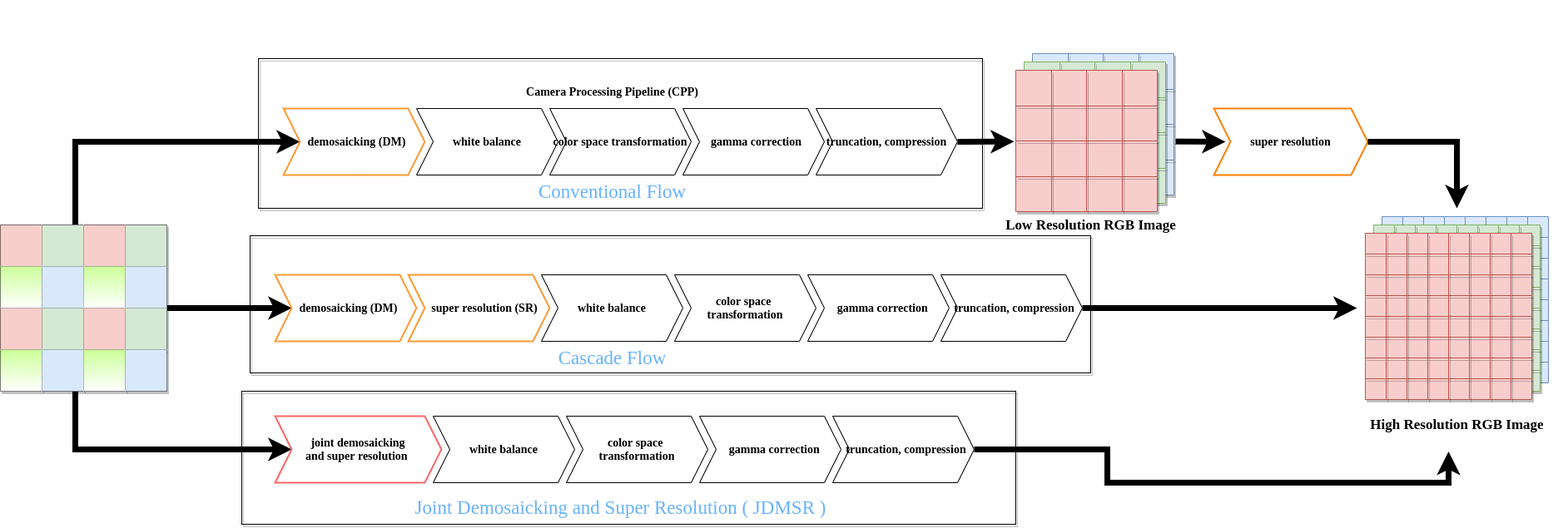
This is Untitled Diagram.png from Howeng98/Demosaicing_SuperResolution, a draw.io export, as it was before one commit. Source tidied: cells renumbered, new cells last; positions are measured from the earlier drawing's top-left corner, leaving out a move shared by most shapes.
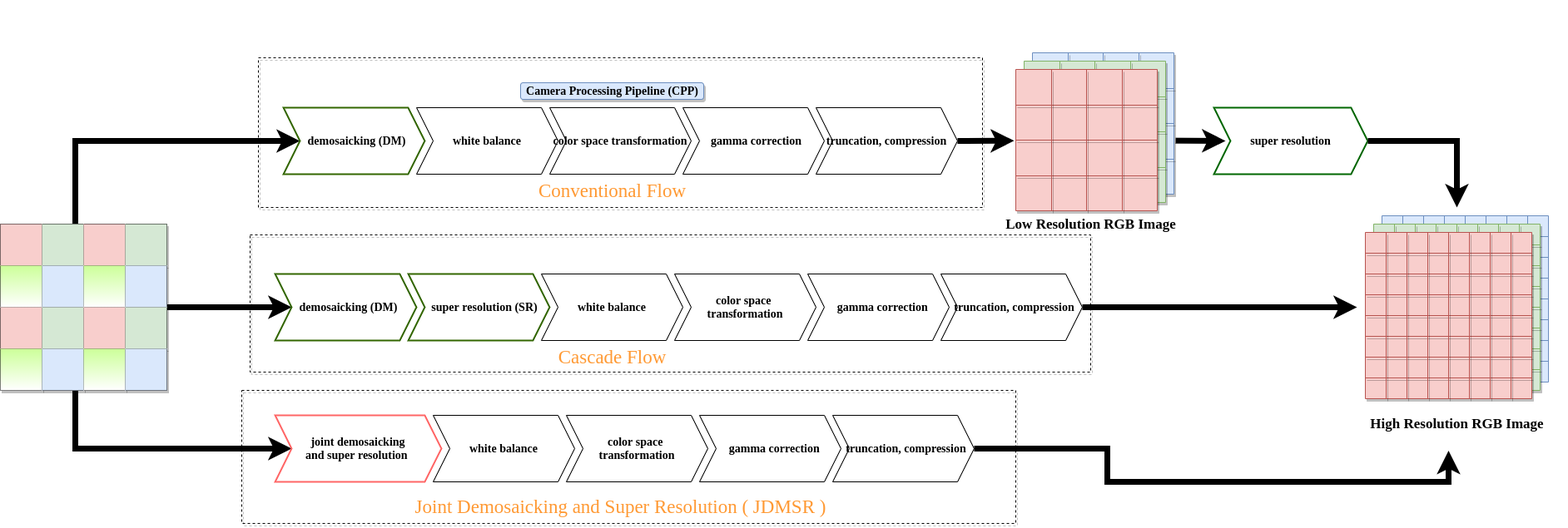
The same diagram one commit later.

Change to the diagram source:
```diff
@@ -2,13 +2,13 @@
   <root>
     <mxCell id="0" />
     <mxCell id="1" parent="0" />
-    <mxCell id="2" style="whiteSpace=wrap;html=1;rounded=0;shadow=1;sketch=0;strokeWidth=1;gradientColor=#ffffff;fillColor=none;fontFamily=Times New Roman;" parent="1" vertex="1">
+    <mxCell id="2" style="whiteSpace=wrap;html=1;rounded=0;shadow=1;sketch=0;strokeWidth=1;gradientColor=#ffffff;fillColor=none;fontFamily=Times New Roman;dashed=1;" parent="1" vertex="1">
       <mxGeometry x="310" y="6" width="870" height="180" as="geometry" />
     </mxCell>
-    <mxCell id="3" style="whiteSpace=wrap;html=1;rounded=0;shadow=1;sketch=0;strokeWidth=1;gradientColor=#ffffff;fillColor=none;fontFamily=Times New Roman;" parent="1" vertex="1">
+    <mxCell id="3" style="whiteSpace=wrap;html=1;rounded=0;shadow=1;sketch=0;strokeWidth=1;gradientColor=#ffffff;fillColor=none;fontFamily=Times New Roman;dashed=1;" parent="1" vertex="1">
       <mxGeometry x="300" y="219" width="1010" height="165" as="geometry" />
     </mxCell>
-    <mxCell id="4" style="whiteSpace=wrap;html=1;rounded=0;shadow=1;sketch=0;strokeWidth=1;gradientColor=#ffffff;fillColor=none;fontFamily=Times New Roman;" parent="1" vertex="1">
+    <mxCell id="4" style="whiteSpace=wrap;html=1;rounded=0;shadow=1;sketch=0;strokeWidth=1;gradientColor=#ffffff;fillColor=none;fontFamily=Times New Roman;dashed=1;" parent="1" vertex="1">
       <mxGeometry x="290" y="406" width="930" height="160" as="geometry" />
     </mxCell>
     <mxCell id="5" style="edgeStyle=orthogonalEdgeStyle;rounded=0;jettySize=auto;html=1;strokeWidth=7;" parent="1" edge="1" source="8" target="29">
@@ -93,7 +93,7 @@
     <mxCell id="28" style="shape=partialRectangle;html=1;whiteSpace=wrap;overflow=hidden;top=0;left=0;bottom=0;right=0;strokeColor=#6c8ebf;fillColor=#dae8fc;" parent="24" vertex="1">
       <mxGeometry x="150" width="50" height="50" as="geometry" />
     </mxCell>
-    <mxCell id="29" value="&lt;b&gt;&lt;font style=&quot;font-size: 14px&quot;&gt;&amp;nbsp; demosaicking (DM)&lt;/font&gt;&lt;/b&gt;" style="shape=step;perimeter=stepPerimeter;whiteSpace=wrap;html=1;fixedSize=1;startSize=0;align=center;strokeWidth=2;strokeColor=#FF9933;fontFamily=Times New Roman;" parent="1" vertex="1">
+    <mxCell id="29" value="&lt;b&gt;&lt;font style=&quot;font-size: 14px&quot;&gt;&amp;nbsp; demosaicking (DM)&lt;/font&gt;&lt;/b&gt;" style="shape=step;perimeter=stepPerimeter;whiteSpace=wrap;html=1;fixedSize=1;startSize=0;align=center;strokeWidth=2;fontFamily=Times New Roman;strokeColor=#336600;" parent="1" vertex="1">
       <mxGeometry x="340" y="66" width="170" height="80" as="geometry" />
     </mxCell>
     <mxCell id="30" value="&lt;font style=&quot;font-size: 14px&quot;&gt;&lt;b&gt;white balance&lt;/b&gt;&lt;/font&gt;" style="shape=step;perimeter=stepPerimeter;whiteSpace=wrap;html=1;fixedSize=1;startSize=0;fontFamily=Times New Roman;" parent="1" vertex="1">
@@ -108,10 +108,10 @@
     <mxCell id="33" value="&lt;font style=&quot;font-size: 14px&quot;&gt;&lt;b&gt;&amp;nbsp;truncation, compression&amp;nbsp;&lt;/b&gt;&lt;/font&gt;" style="shape=step;perimeter=stepPerimeter;whiteSpace=wrap;html=1;fixedSize=1;startSize=0;fontFamily=Times New Roman;" parent="1" vertex="1">
       <mxGeometry x="980" y="66" width="170" height="80" as="geometry" />
     </mxCell>
-    <mxCell id="34" value="&lt;b&gt;&lt;font style=&quot;font-size: 14px&quot;&gt;&amp;nbsp; demosaicking (DM)&lt;/font&gt;&lt;/b&gt;" style="shape=step;perimeter=stepPerimeter;whiteSpace=wrap;html=1;fixedSize=1;startSize=0;align=center;strokeWidth=2;strokeColor=#FF9933;fontFamily=Times New Roman;" parent="1" vertex="1">
+    <mxCell id="34" value="&lt;b&gt;&lt;font style=&quot;font-size: 14px&quot;&gt;&amp;nbsp; demosaicking (DM)&lt;/font&gt;&lt;/b&gt;" style="shape=step;perimeter=stepPerimeter;whiteSpace=wrap;html=1;fixedSize=1;startSize=0;align=center;strokeWidth=2;fontFamily=Times New Roman;strokeColor=#336600;" parent="1" vertex="1">
       <mxGeometry x="330" y="266" width="170" height="80" as="geometry" />
     </mxCell>
-    <mxCell id="35" value="&lt;font style=&quot;font-size: 14px&quot;&gt;&lt;b&gt;&amp;nbsp; &amp;nbsp; super resolution (SR)&lt;/b&gt;&lt;/font&gt;" style="shape=step;perimeter=stepPerimeter;whiteSpace=wrap;html=1;fixedSize=1;startSize=0;strokeWidth=2;strokeColor=#FF9933;fontFamily=Times New Roman;" parent="1" vertex="1">
+    <mxCell id="35" value="&lt;font style=&quot;font-size: 14px&quot;&gt;&lt;b&gt;&amp;nbsp; &amp;nbsp; super resolution (SR)&lt;/b&gt;&lt;/font&gt;" style="shape=step;perimeter=stepPerimeter;whiteSpace=wrap;html=1;fixedSize=1;startSize=0;strokeWidth=2;fontFamily=Times New Roman;strokeColor=#336600;" parent="1" vertex="1">
       <mxGeometry x="490" y="266" width="170" height="80" as="geometry" />
     </mxCell>
     <mxCell id="36" value="&lt;span style=&quot;font-size: 14px&quot;&gt;&lt;b&gt;white balance&lt;/b&gt;&lt;/span&gt;" style="shape=step;perimeter=stepPerimeter;whiteSpace=wrap;html=1;fixedSize=1;startSize=0;fontFamily=Times New Roman;" parent="1" vertex="1">
@@ -1004,7 +1004,7 @@
     <mxCell id="331" value="&lt;font size=&quot;1&quot;&gt;&lt;span style=&quot;font-style: normal ; font-size: 17px&quot;&gt;High Resolution RGB Image&lt;/span&gt;&lt;/font&gt;" style="text;html=1;align=center;verticalAlign=middle;fillColor=none;rounded=1;shadow=0;sketch=0;labelBorderColor=none;fontFamily=Times New Roman;fontStyle=3;fontSize=14;" parent="111" vertex="1">
       <mxGeometry y="240" width="220" height="20" as="geometry" />
     </mxCell>
-    <mxCell id="332" value="&lt;b&gt;&lt;font style=&quot;font-size: 14px&quot;&gt;super resolution&lt;/font&gt;&lt;/b&gt;" style="shape=step;perimeter=stepPerimeter;whiteSpace=wrap;html=1;fixedSize=1;startSize=0;fillColor=#FFFFFF;strokeWidth=2;strokeColor=#FF8000;fontFamily=Times New Roman;" parent="1" vertex="1">
+    <mxCell id="332" value="&lt;b&gt;&lt;font style=&quot;font-size: 14px&quot;&gt;super resolution&lt;/font&gt;&lt;/b&gt;" style="shape=step;perimeter=stepPerimeter;whiteSpace=wrap;html=1;fixedSize=1;startSize=0;fillColor=#FFFFFF;strokeWidth=2;fontFamily=Times New Roman;strokeColor=#006600;" parent="1" vertex="1">
       <mxGeometry x="1458" y="66" width="185" height="80" as="geometry" />
     </mxCell>
     <mxCell id="333" style="edgeStyle=orthogonalEdgeStyle;rounded=0;jettySize=auto;html=1;strokeWidth=7;exitX=1;exitY=0.5;exitDx=0;exitDy=0;fontFamily=Times New Roman;entryX=0;entryY=0.5;entryDx=0;entryDy=0;" parent="1" edge="1" source="45" target="313">
@@ -1039,16 +1039,16 @@
         </Array>
       </mxGeometry>
     </mxCell>
-    <mxCell id="337" value="&lt;font style=&quot;font-size: 14px;&quot;&gt;&lt;span style=&quot;font-style: normal; font-size: 14px;&quot;&gt;Camera Processing Pipeline (CPP)&lt;/span&gt;&lt;/font&gt;" style="text;html=1;align=center;verticalAlign=middle;fillColor=none;rounded=1;shadow=1;sketch=0;labelBorderColor=none;fontFamily=Times New Roman;fontStyle=3;fontSize=14;" parent="1" vertex="1">
+    <mxCell id="337" value="&lt;font style=&quot;font-size: 14px;&quot;&gt;&lt;span style=&quot;font-style: normal; font-size: 14px;&quot;&gt;Camera Processing Pipeline (CPP)&lt;/span&gt;&lt;/font&gt;" style="text;html=1;align=center;verticalAlign=middle;fillColor=#dae8fc;rounded=1;shadow=1;sketch=0;labelBorderColor=none;fontFamily=Times New Roman;fontStyle=3;fontSize=14;strokeColor=#6c8ebf;" parent="1" vertex="1">
       <mxGeometry x="625" y="36" width="220" height="20" as="geometry" />
     </mxCell>
-    <mxCell id="338" value="&lt;span&gt;&lt;font style=&quot;font-size: 23px&quot;&gt;Conventional Flow&lt;/font&gt;&lt;/span&gt;" style="text;html=1;align=center;verticalAlign=middle;fillColor=none;strokeColor=none;rounded=0;shadow=1;sketch=0;fontFamily=Times New Roman;fontStyle=0;fontColor=#66B2FF;" parent="1" vertex="1">
+    <mxCell id="338" value="&lt;span&gt;&lt;font style=&quot;font-size: 23px&quot;&gt;Conventional Flow&lt;/font&gt;&lt;/span&gt;" style="text;html=1;align=center;verticalAlign=middle;fillColor=none;strokeColor=none;rounded=0;shadow=1;sketch=0;fontFamily=Times New Roman;fontStyle=0;fontColor=#FF9933;" parent="1" vertex="1">
       <mxGeometry x="640" y="156" width="190" height="20" as="geometry" />
     </mxCell>
-    <mxCell id="339" value="&lt;span&gt;&lt;font style=&quot;font-size: 23px&quot;&gt;Cascade Flow&lt;/font&gt;&lt;/span&gt;" style="text;html=1;align=center;verticalAlign=middle;fillColor=none;strokeColor=none;rounded=0;shadow=1;sketch=0;fontFamily=Times New Roman;fontStyle=0;fontColor=#66B2FF;" parent="1" vertex="1">
+    <mxCell id="339" value="&lt;span&gt;&lt;font style=&quot;font-size: 23px&quot;&gt;Cascade Flow&lt;/font&gt;&lt;/span&gt;" style="text;html=1;align=center;verticalAlign=middle;fillColor=none;strokeColor=none;rounded=0;shadow=1;sketch=0;fontFamily=Times New Roman;fontStyle=0;fontColor=#FF9933;" parent="1" vertex="1">
       <mxGeometry x="660" y="356" width="150" height="20" as="geometry" />
     </mxCell>
-    <mxCell id="340" value="&lt;span&gt;&lt;font style=&quot;font-size: 23px&quot;&gt;Joint Demosaicking and Super Resolution ( JDMSR )&lt;/font&gt;&lt;/span&gt;" style="text;html=1;align=center;verticalAlign=middle;fillColor=none;strokeColor=none;rounded=0;shadow=1;sketch=0;fontFamily=Times New Roman;fontStyle=0;fontColor=#66B2FF;" parent="1" vertex="1">
+    <mxCell id="340" value="&lt;span&gt;&lt;font style=&quot;font-size: 23px&quot;&gt;Joint Demosaicking and Super Resolution ( JDMSR )&lt;/font&gt;&lt;/span&gt;" style="text;html=1;align=center;verticalAlign=middle;fillColor=none;strokeColor=none;rounded=0;shadow=1;sketch=0;fontFamily=Times New Roman;fontStyle=0;fontColor=#FF9933;" parent="1" vertex="1">
       <mxGeometry x="490" y="536" width="510" height="20" as="geometry" />
     </mxCell>
   </root>
```
